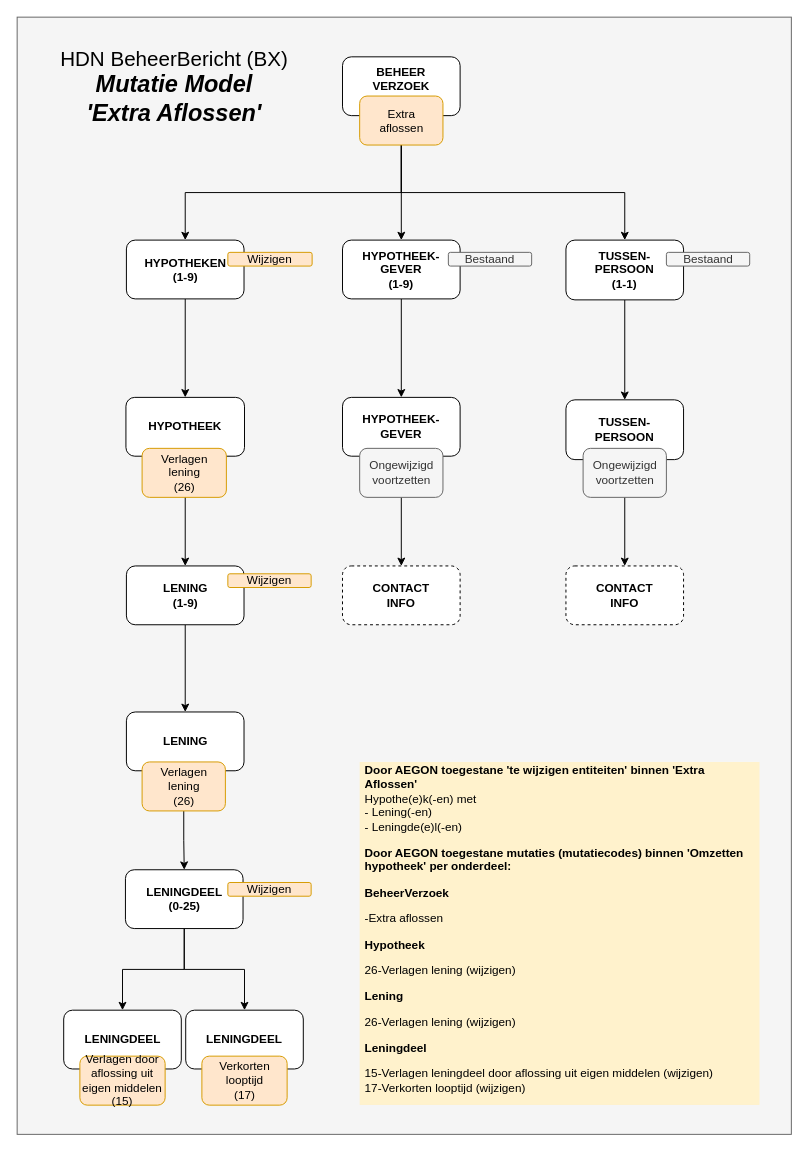
This is page "MutatieModel DB" (3 of 4) of HDN_BX_MM_BouwdepotDeclaratie.drawio from luchthandel/diagrams, a draw.io file, before an edit. Source tidied: cells renumbered, new cells numbered last; positions are measured from the earlier drawing's top-left corner, leaving out a move shared by most shapes. Both pictures are drawn from the tidied source at 98%, with x=0, y=0 at pixel (17, 17).
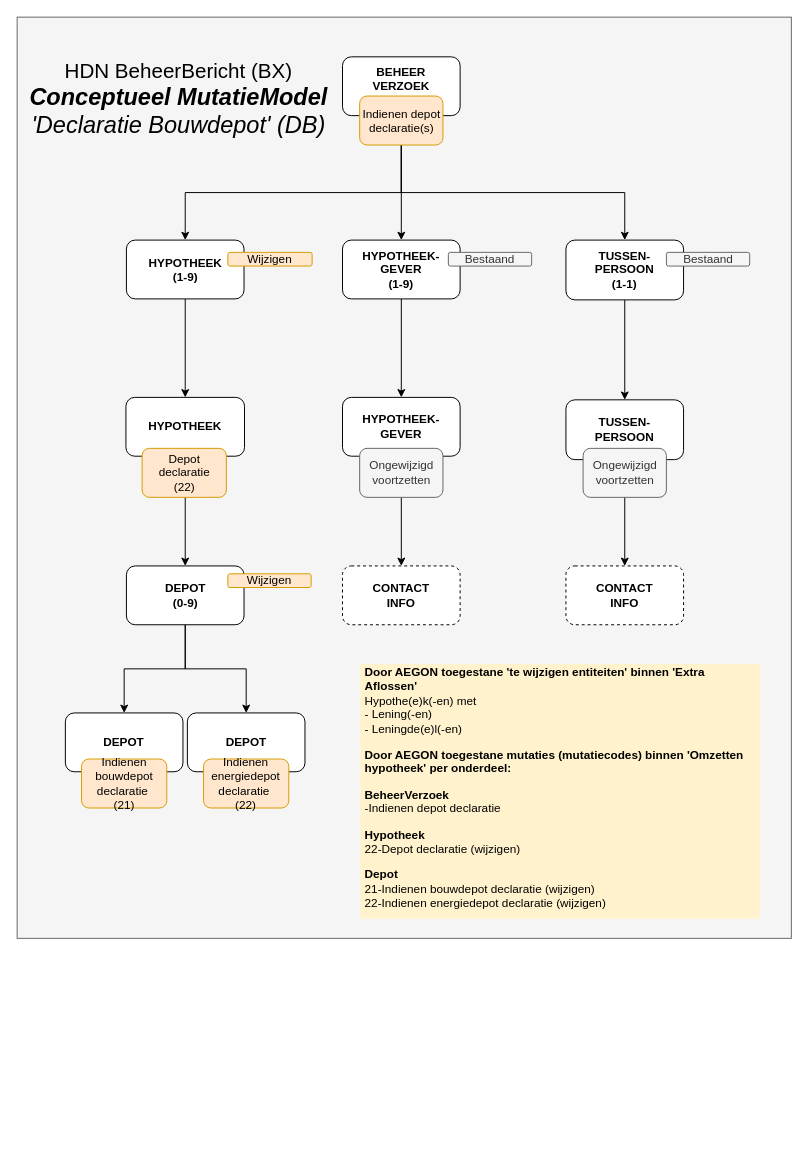
The same page after the edit.

Diff of the diagram source:
```diff
@@
     <mxCell id="2" style="rounded=0;whiteSpace=wrap;html=1;fillColor=#f5f5f5;strokeColor=#666666;fontColor=#333333;labelBackgroundColor=none;" parent="1" vertex="1">
-      <mxGeometry width="790" height="1140" as="geometry" />
+      <mxGeometry width="790" height="940" as="geometry" />
     </mxCell>
-    <mxCell id="3" value="&lt;p&gt;&lt;b&gt;Door AEGON toegestane 'te wijzigen entiteiten' binnen 'Extra Aflossen'&lt;/b&gt;&lt;br&gt;Hypothe(e)k(-en) met&lt;br&gt;- Lening(-en)&lt;br&gt;- Leningde(e)l(-en)&lt;b&gt;&lt;br&gt;&lt;/b&gt;&lt;/p&gt;&lt;p&gt;&lt;b&gt;Door AEGON toegestane mutaties (mutatiecodes) binnen 'Omzetten hypotheek' per onderdeel:&lt;/b&gt;&lt;br&gt;&lt;/p&gt;&lt;p&gt;&lt;b&gt;BeheerVerzoek&lt;/b&gt;&lt;br&gt;&lt;/p&gt;&lt;p&gt;-Extra aflossen&lt;/p&gt;&lt;p&gt;&lt;b&gt;Hypotheek&lt;/b&gt;&lt;/p&gt;&lt;p&gt;26-Verlagen lening (wijzigen)&lt;br&gt;&lt;/p&gt;&lt;p&gt;&lt;b&gt;Lening&lt;/b&gt;&lt;br&gt;&lt;/p&gt;&lt;p&gt;26-Verlagen lening (wijzigen)&lt;br&gt;&lt;/p&gt;&lt;p&gt;&lt;b&gt;Leningdeel&lt;/b&gt;&lt;/p&gt;&lt;p&gt;15-Verlagen leningdeel door aflossing uit eigen middelen (wijzigen)&lt;br&gt;17-Verkorten looptijd (wijzigen)&lt;br&gt;&lt;/p&gt;" style="text;html=1;fillColor=#fff2cc;spacing=5;spacingTop=-20;whiteSpace=wrap;overflow=hidden;rounded=0;verticalAlign=top;" parent="1" vertex="1">
-      <mxGeometry x="349.5" y="760" width="408" height="350" as="geometry" />
+    <mxCell id="3" value="&lt;p&gt;&lt;b&gt;Door AEGON toegestane 'te wijzigen entiteiten' binnen 'Extra Aflossen'&lt;br&gt;&lt;/b&gt;Hypothe(e)k(-en) met&lt;br&gt;- Lening(-en)&lt;br&gt;- Leningde(e)l(-en)&lt;/p&gt;&lt;p&gt;&lt;b&gt;Door AEGON toegestane mutaties (mutatiecodes) binnen 'Omzetten hypotheek' per onderdeel:&lt;/b&gt;&lt;/p&gt;&lt;p&gt;&lt;b&gt;BeheerVerzoek&lt;br&gt;&lt;/b&gt;-Indienen depot declaratie&lt;/p&gt;&lt;p&gt;&lt;b&gt;Hypotheek&lt;br&gt;&lt;/b&gt;22-Depot declaratie (wijzigen)&lt;/p&gt;&lt;p&gt;&lt;b&gt;Depot&lt;br&gt;&lt;/b&gt;21-Indienen bouwdepot declaratie (wijzigen)&lt;br&gt;22-Indienen energiedepot declaratie (wijzigen)&lt;/p&gt;" style="text;html=1;fillColor=#fff2cc;spacing=5;spacingTop=-20;whiteSpace=wrap;overflow=hidden;rounded=0;verticalAlign=top;" parent="1" vertex="1">
+      <mxGeometry x="350" y="660" width="408" height="260" as="geometry" />
     </mxCell>
-    <mxCell id="4" value="LENING" style="rounded=1;whiteSpace=wrap;html=1;fontStyle=1;" parent="1" vertex="1">
-      <mxGeometry x="111.5" y="709" width="120" height="60" as="geometry" />
-    </mxCell>
@@
-    <mxCell id="9" value="HYPOTHEKEN&lt;br&gt;(1-9)" style="rounded=1;whiteSpace=wrap;html=1;fontStyle=1;" parent="1" vertex="1">
+    <mxCell id="9" value="HYPOTHEEK&lt;br&gt;(1-9)" style="rounded=1;whiteSpace=wrap;html=1;fontStyle=1;" parent="1" vertex="1">
       <mxGeometry x="111.5" y="227.5" width="120" height="60" as="geometry" />
     </mxCell>
@@
-    <mxCell id="11" style="edgeStyle=orthogonalEdgeStyle;rounded=0;jettySize=auto;html=1;exitX=0.5;exitY=1;exitDx=0;exitDy=0;entryX=0.5;entryY=0;entryDx=0;entryDy=0;fontSize=10;" parent="1" edge="1" source="12" target="4">
-      <mxGeometry relative="1" as="geometry" />
-    </mxCell>
+    <mxCell id="45" style="edgeStyle=orthogonalEdgeStyle;rounded=0;jettySize=auto;html=1;exitX=0.5;exitY=1;exitDx=0;exitDy=0;" parent="1" edge="1" source="12" target="20">
+      <mxGeometry relative="1" as="geometry" />
+    </mxCell>
+    <mxCell id="46" style="edgeStyle=orthogonalEdgeStyle;rounded=0;jettySize=auto;html=1;exitX=0.5;exitY=1;exitDx=0;exitDy=0;entryX=0.5;entryY=0;entryDx=0;entryDy=0;" parent="1" edge="1" source="12" target="27">
+      <mxGeometry relative="1" as="geometry" />
+    </mxCell>
-    <mxCell id="12" value="LENING&lt;br&gt;(1-9)" style="rounded=1;whiteSpace=wrap;html=1;fontStyle=1;" parent="1" vertex="1">
+    <mxCell id="12" value="DEPOT&lt;br&gt;(0-9)" style="rounded=1;whiteSpace=wrap;html=1;fontStyle=1;" parent="1" vertex="1">
       <mxGeometry x="111.5" y="560" width="120" height="60" as="geometry" />
     </mxCell>
@@
-    <mxCell id="15" style="edgeStyle=orthogonalEdgeStyle;rounded=0;jettySize=auto;html=1;entryX=0.5;entryY=0;entryDx=0;entryDy=0;fontSize=10;" parent="1" edge="1" source="22" target="18">
-      <mxGeometry relative="1" as="geometry" />
-    </mxCell>
-    <mxCell id="16" style="edgeStyle=orthogonalEdgeStyle;rounded=0;jettySize=auto;html=1;exitX=0.5;exitY=1;exitDx=0;exitDy=0;entryX=0.5;entryY=0;entryDx=0;entryDy=0;fontSize=10;" parent="1" edge="1" source="18" target="20">
-      <mxGeometry relative="1" as="geometry" />
-    </mxCell>
-    <mxCell id="17" style="edgeStyle=orthogonalEdgeStyle;rounded=0;jettySize=auto;html=1;exitX=0.5;exitY=1;exitDx=0;exitDy=0;entryX=0.5;entryY=0;entryDx=0;entryDy=0;" parent="1" edge="1" source="18" target="27">
-      <mxGeometry relative="1" as="geometry" />
-    </mxCell>
-    <mxCell id="18" value="LENINGDEEL&lt;br&gt;(0-25)" style="rounded=1;whiteSpace=wrap;html=1;fontStyle=1;" parent="1" vertex="1">
-      <mxGeometry x="110.5" y="870" width="120" height="60" as="geometry" />
-    </mxCell>
-    <mxCell id="19" value="&lt;span style=&quot;font-weight: 400&quot;&gt;Wijzigen&lt;/span&gt;" style="rounded=1;whiteSpace=wrap;html=1;fontStyle=1;fillColor=#ffe6cc;strokeColor=#d79b00;" parent="1" vertex="1">
-      <mxGeometry x="215" y="883" width="85" height="14" as="geometry" />
-    </mxCell>
-    <mxCell id="20" value="LENINGDEEL" style="rounded=1;whiteSpace=wrap;html=1;fontStyle=1;" parent="1" vertex="1">
-      <mxGeometry x="47.5" y="1013.3" width="120" height="60" as="geometry" />
+    <mxCell id="20" value="DEPOT" style="rounded=1;whiteSpace=wrap;html=1;fontStyle=1;" parent="1" vertex="1">
+      <mxGeometry x="49.2" y="710" width="120" height="60" as="geometry" />
     </mxCell>
-    <mxCell id="21" value="&lt;span style=&quot;font-family: &amp;#34;helvetica&amp;#34; ; font-weight: 400 ; text-align: left&quot;&gt;Verlagen door aflossing&amp;nbsp;&lt;/span&gt;&lt;span style=&quot;font-family: &amp;#34;helvetica&amp;#34; ; font-weight: 400 ; text-align: left&quot;&gt;uit eigen middelen&lt;br&gt;(15)&lt;br&gt;&lt;/span&gt;" style="rounded=1;whiteSpace=wrap;html=1;fontStyle=1;fillColor=#ffe6cc;strokeColor=#d79b00;" parent="1" vertex="1">
-      <mxGeometry x="64" y="1060.2" width="87" height="50" as="geometry" />
+    <mxCell id="21" value="&lt;span style=&quot;font-family: &amp;#34;helvetica&amp;#34; ; font-weight: 400&quot;&gt;Indienen bouwdepot declaratie&amp;nbsp;&lt;br&gt;&lt;/span&gt;&lt;span style=&quot;font-family: &amp;#34;helvetica&amp;#34; ; font-weight: 400 ; text-align: left&quot;&gt;(21)&lt;br&gt;&lt;/span&gt;" style="rounded=1;whiteSpace=wrap;html=1;fontStyle=1;fillColor=#ffe6cc;strokeColor=#d79b00;" parent="1" vertex="1">
+      <mxGeometry x="65.7" y="757" width="87" height="50" as="geometry" />
     </mxCell>
-    <mxCell id="22" value="&lt;span style=&quot;font-weight: 400&quot;&gt;Verlagen&lt;/span&gt;&lt;br style=&quot;font-weight: 400&quot;&gt;&lt;span style=&quot;font-weight: 400&quot;&gt;lening&lt;br&gt;(26)&lt;br&gt;&lt;/span&gt;" style="rounded=1;whiteSpace=wrap;html=1;fontStyle=1;fillColor=#ffe6cc;strokeColor=#d79b00;" parent="1" vertex="1">
-      <mxGeometry x="127.5" y="760" width="85" height="50" as="geometry" />
-    </mxCell>
@@
-    <mxCell id="26" value="&lt;span style=&quot;font-weight: 400&quot;&gt;Extra &lt;br&gt;aflossen&lt;/span&gt;" style="rounded=1;whiteSpace=wrap;html=1;fontStyle=1;fillColor=#ffe6cc;strokeColor=#d79b00;" parent="1" vertex="1">
+    <mxCell id="26" value="&lt;span style=&quot;font-weight: 400&quot;&gt;Indienen depot declaratie(s)&lt;/span&gt;" style="rounded=1;whiteSpace=wrap;html=1;fontStyle=1;fillColor=#ffe6cc;strokeColor=#d79b00;" parent="1" vertex="1">
       <mxGeometry x="349.5" y="80.5" width="85" height="50" as="geometry" />
     </mxCell>
-    <mxCell id="27" value="LENINGDEEL" style="rounded=1;whiteSpace=wrap;html=1;fontStyle=1;" parent="1" vertex="1">
-      <mxGeometry x="172" y="1013.3" width="120" height="60" as="geometry" />
+    <mxCell id="27" value="DEPOT" style="rounded=1;whiteSpace=wrap;html=1;fontStyle=1;" parent="1" vertex="1">
+      <mxGeometry x="173.7" y="710" width="120" height="60" as="geometry" />
     </mxCell>
-    <mxCell id="28" value="&lt;span style=&quot;font-weight: 400 ; text-align: left&quot;&gt;Verkorten looptijd&lt;br&gt;(17)&lt;br&gt;&lt;/span&gt;" style="rounded=1;whiteSpace=wrap;html=1;fontStyle=1;fillColor=#ffe6cc;strokeColor=#d79b00;" parent="1" vertex="1">
-      <mxGeometry x="188.5" y="1060.2" width="87" height="50" as="geometry" />
+    <mxCell id="28" value="&lt;span style=&quot;font-family: &amp;#34;helvetica&amp;#34; ; font-weight: 400&quot;&gt;Indienen energiedepot declaratie&amp;nbsp;&lt;br&gt;&lt;/span&gt;&lt;span style=&quot;font-family: &amp;#34;helvetica&amp;#34; ; font-weight: 400 ; text-align: left&quot;&gt;(22)&lt;/span&gt;&lt;span style=&quot;font-weight: 400 ; text-align: left&quot;&gt;&lt;br&gt;&lt;/span&gt;" style="rounded=1;whiteSpace=wrap;html=1;fontStyle=1;fillColor=#ffe6cc;strokeColor=#d79b00;" parent="1" vertex="1">
+      <mxGeometry x="190.2" y="757" width="87" height="50" as="geometry" />
     </mxCell>
-    <mxCell id="29" value="&lt;font style=&quot;font-size: 21px&quot;&gt;HDN BeheerBericht (BX)&lt;br&gt;&lt;/font&gt;&lt;span style=&quot;font-size: 24px&quot;&gt;&lt;b&gt;&lt;i&gt;Mutatie Model&lt;br&gt;'Extra Aflossen'&lt;br&gt;&lt;/i&gt;&lt;/b&gt;&lt;/span&gt;" style="text;html=1;strokeColor=none;fillColor=none;align=center;verticalAlign=middle;whiteSpace=wrap;rounded=0;" parent="1" vertex="1">
-      <mxGeometry x="9.5" y="24" width="300.5" height="93" as="geometry" />
-    </mxCell>
@@
-    <mxCell id="36" value="&lt;span style=&quot;font-weight: 400&quot;&gt;Verlagen&lt;/span&gt;&lt;br style=&quot;font-weight: 400&quot;&gt;&lt;span style=&quot;font-weight: 400&quot;&gt;lening&lt;br&gt;(26)&lt;/span&gt;&lt;span style=&quot;font-weight: 400&quot;&gt;&lt;br&gt;&lt;/span&gt;" style="rounded=1;whiteSpace=wrap;html=1;fontStyle=1;fillColor=#ffe6cc;strokeColor=#d79b00;" parent="1" vertex="1">
+    <mxCell id="36" value="&lt;span style=&quot;font-weight: 400&quot;&gt;Depot&lt;br&gt;declaratie&lt;br&gt;(22)&lt;/span&gt;&lt;span style=&quot;font-weight: 400&quot;&gt;&lt;br&gt;&lt;/span&gt;" style="rounded=1;whiteSpace=wrap;html=1;fontStyle=1;fillColor=#ffe6cc;strokeColor=#d79b00;" parent="1" vertex="1">
       <mxGeometry x="127.5" y="440" width="86" height="50" as="geometry" />
     </mxCell>
@@
+    <mxCell id="47" value="&lt;font style=&quot;font-size: 21px&quot;&gt;HDN BeheerBericht (BX)&lt;br&gt;&lt;/font&gt;&lt;span style=&quot;font-size: 24px&quot;&gt;&lt;i&gt;&lt;b&gt;Conceptueel MutatieModel&lt;/b&gt;&lt;br&gt;'Declaratie Bouwdepot' (DB)&lt;br&gt;&lt;/i&gt;&lt;/span&gt;" style="text;html=1;strokeColor=none;fillColor=none;align=center;verticalAlign=middle;whiteSpace=wrap;rounded=0;" parent="1" vertex="1">
+      <mxGeometry x="10" y="37.5" width="310" height="93" as="geometry" />
+    </mxCell>
```
